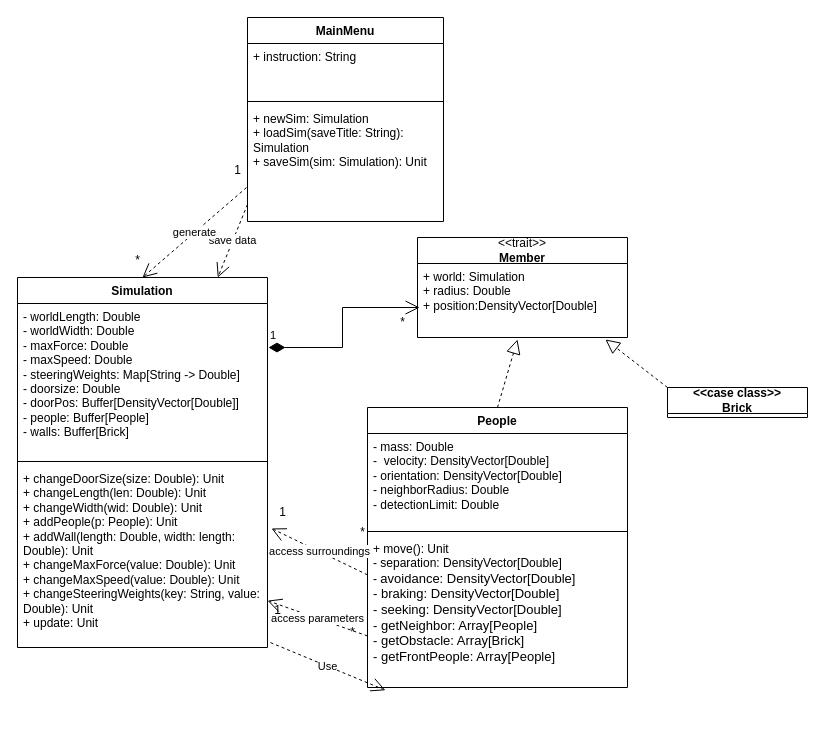
Earlier version of the draw.io diagram stampede.drawio (picadud/StudioA). Source tidied: cells renumbered, new cells numbered last; positions are measured from the earlier drawing's top-left corner, leaving out a move shared by most shapes. Both pictures are drawn from the tidied source at 100%, with x=0, y=0 at pixel (17, 17).
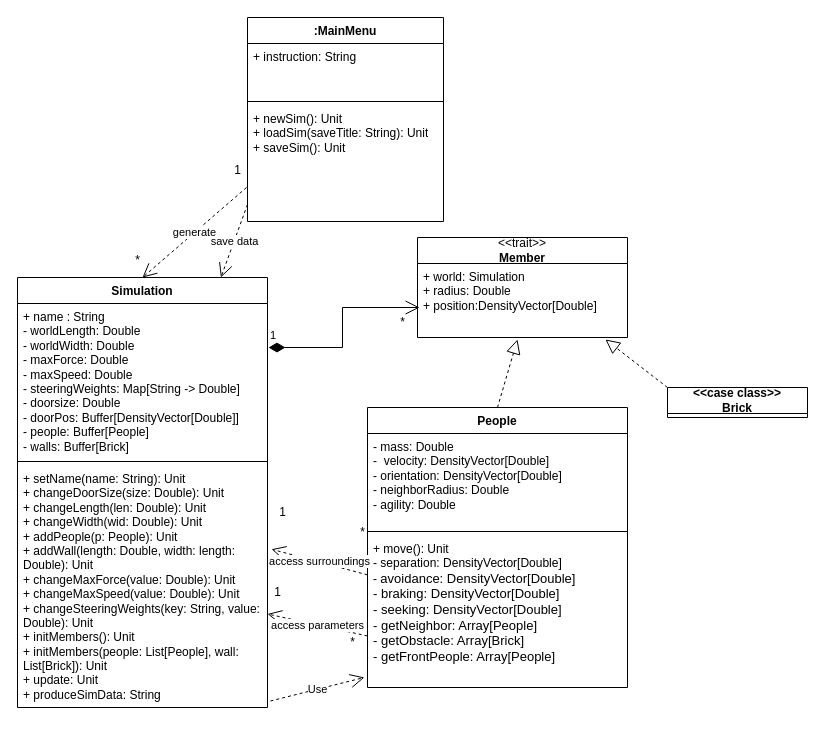
The same page after the edit.

Unchanged cells that the change refers to:
```xml
<mxCell id="10" value="People" style="swimlane;fontStyle=1;align=center;verticalAlign=top;horizontal=1;startSize=26;whiteSpace=wrap;html=1;" parent="1" vertex="1">
  <mxGeometry x="350" y="390" width="260" height="280" as="geometry" />
</mxCell>
<mxCell id="13" value="&lt;div&gt;+ move(): Unit&lt;/div&gt;&lt;div&gt;- separation: DensityVector[Double]&lt;/div&gt;&lt;div&gt;- &lt;font size=&quot;2&quot;&gt;avoidance: DensityVector[Double]&lt;/font&gt;&lt;/div&gt;&lt;div&gt;&lt;font size=&quot;2&quot;&gt;- braking: &lt;/font&gt;&lt;font size=&quot;2&quot;&gt;DensityVector[Double]&lt;/font&gt;&lt;/div&gt;&lt;div&gt;&lt;font size=&quot;2&quot;&gt;- seeking: DensityVector[Double]&lt;/font&gt;&lt;/div&gt;&lt;div&gt;&lt;font size=&quot;2&quot;&gt;- getNeighbor: Array[People]&lt;/font&gt;&lt;/div&gt;&lt;div&gt;&lt;font size=&quot;2&quot;&gt;- getObstacle: Array[Brick]&lt;/font&gt;&lt;/div&gt;&lt;div&gt;&lt;font size=&quot;2&quot;&gt;- getFrontPeople: Array[People]&lt;br&gt;&lt;/font&gt;&lt;/div&gt;&lt;div&gt;&lt;font size=&quot;2&quot;&gt;&lt;br&gt;&lt;/font&gt;&lt;/div&gt;&lt;div&gt;&lt;font size=&quot;2&quot;&gt;&lt;br&gt;&lt;/font&gt;&lt;/div&gt;&lt;div&gt;&lt;font size=&quot;2&quot;&gt;&lt;br&gt;&lt;/font&gt;&lt;/div&gt;&lt;div&gt;&lt;br&gt;&lt;/div&gt;&lt;div&gt;&lt;br&gt;&lt;/div&gt;" style="text;strokeColor=none;fillColor=none;align=left;verticalAlign=top;spacingLeft=4;spacingRight=4;overflow=hidden;points=[[0,0.5],[1,0.5]];portConstraint=eastwest;whiteSpace=wrap;html=1;" parent="10" vertex="1">
  <mxGeometry y="128" width="260" height="152" as="geometry" />
</mxCell>
```

Change to the diagram source:
```diff
@@
-    <mxCell id="2" value="MainMenu" style="swimlane;fontStyle=1;align=center;verticalAlign=top;horizontal=1;startSize=26;whiteSpace=wrap;html=1;" parent="1" vertex="1">
+    <mxCell id="2" value=":MainMenu" style="swimlane;fontStyle=1;align=center;verticalAlign=top;horizontal=1;startSize=26;whiteSpace=wrap;html=1;" parent="1" vertex="1">
       <mxGeometry x="230" width="196" height="204" as="geometry" />
     </mxCell>
-    <mxCell id="3" value="&lt;div&gt;+ instruction: String&lt;br&gt;&lt;/div&gt;" style="text;strokeColor=none;fillColor=none;align=left;verticalAlign=top;spacingLeft=4;spacingRight=4;overflow=hidden;whiteSpace=wrap;html=1;" parent="2" vertex="1">
+    <mxCell id="3" value="&lt;div&gt;+ instruction: String&lt;/div&gt;&lt;div&gt;&lt;br&gt;&lt;/div&gt;" style="text;strokeColor=none;fillColor=none;align=left;verticalAlign=top;spacingLeft=4;spacingRight=4;overflow=hidden;whiteSpace=wrap;html=1;" parent="2" vertex="1">
       <mxGeometry y="26" width="196" height="54" as="geometry" />
     </mxCell>
@@
-    <mxCell id="5" value="&lt;div&gt;+ newSim: Simulation&lt;/div&gt;&lt;div&gt;+ loadSim(saveTitle: String): Simulation&lt;br&gt;&lt;/div&gt;&lt;div&gt;+ saveSim(sim: Simulation): Unit&lt;br&gt;&lt;/div&gt;" style="text;strokeColor=none;fillColor=none;align=left;verticalAlign=top;spacingLeft=4;spacingRight=4;overflow=hidden;points=[[0,0.5],[1,0.5]];portConstraint=eastwest;whiteSpace=wrap;html=1;" parent="2" vertex="1">
+    <mxCell id="5" value="&lt;div&gt;+ newSim(): Unit&lt;/div&gt;&lt;div&gt;+ loadSim(saveTitle: String): Unit&lt;br&gt;&lt;/div&gt;&lt;div&gt;+ saveSim(): Unit&lt;br&gt;&lt;/div&gt;" style="text;strokeColor=none;fillColor=none;align=left;verticalAlign=top;spacingLeft=4;spacingRight=4;overflow=hidden;points=[[0,0.5],[1,0.5]];portConstraint=eastwest;whiteSpace=wrap;html=1;" parent="2" vertex="1">
       <mxGeometry y="88" width="196" height="116" as="geometry" />
     </mxCell>
     <mxCell id="6" value="Simulation" style="swimlane;fontStyle=1;align=center;verticalAlign=top;horizontal=1;startSize=26;whiteSpace=wrap;html=1;" parent="1" vertex="1">
-      <mxGeometry y="260" width="250" height="370" as="geometry" />
+      <mxGeometry y="260" width="250" height="430" as="geometry" />
     </mxCell>
-    <mxCell id="7" value="&lt;div&gt;- worldLength: Double&lt;/div&gt;&lt;div&gt;- worldWidth: Double&lt;/div&gt;&lt;div&gt;- maxForce: Double&lt;/div&gt;&lt;div&gt;- maxSpeed: Double&lt;/div&gt;&lt;div&gt;- steeringWeights: Map[String -&amp;gt; Double]&lt;br&gt;&lt;/div&gt;&lt;div&gt;- doorsize: Double&lt;/div&gt;&lt;div&gt;- doorPos: Buffer[DensityVector[Double]]&lt;br&gt;&lt;/div&gt;&lt;div&gt;- people: Buffer[People] &lt;br&gt;&lt;/div&gt;&lt;div&gt;- walls: Buffer[Brick]&lt;br&gt;&lt;/div&gt;&lt;div&gt;&lt;br&gt;&lt;/div&gt;" style="text;strokeColor=none;fillColor=none;align=left;verticalAlign=top;spacingLeft=4;spacingRight=4;overflow=hidden;points=[[0,0.5],[1,0.5]];portConstraint=eastwest;whiteSpace=wrap;html=1;" parent="6" vertex="1">
+    <mxCell id="7" value="&lt;div&gt;+ name : String&lt;br&gt;&lt;/div&gt;&lt;div&gt;- worldLength: Double&lt;/div&gt;&lt;div&gt;- worldWidth: Double&lt;/div&gt;&lt;div&gt;- maxForce: Double&lt;/div&gt;&lt;div&gt;- maxSpeed: Double&lt;/div&gt;&lt;div&gt;- steeringWeights: Map[String -&amp;gt; Double]&lt;br&gt;&lt;/div&gt;&lt;div&gt;- doorsize: Double&lt;/div&gt;&lt;div&gt;- doorPos: Buffer[DensityVector[Double]]&lt;br&gt;&lt;/div&gt;&lt;div&gt;- people: Buffer[People] &lt;br&gt;&lt;/div&gt;&lt;div&gt;- walls: Buffer[Brick]&lt;br&gt;&lt;/div&gt;&lt;div&gt;&lt;br&gt;&lt;/div&gt;" style="text;strokeColor=none;fillColor=none;align=left;verticalAlign=top;spacingLeft=4;spacingRight=4;overflow=hidden;points=[[0,0.5],[1,0.5]];portConstraint=eastwest;whiteSpace=wrap;html=1;" parent="6" vertex="1">
       <mxGeometry y="26" width="250" height="154" as="geometry" />
     </mxCell>
@@
-    <mxCell id="9" value="&lt;div&gt;+ changeDoorSize(size: Double): Unit&lt;/div&gt;&lt;div&gt;+ changeLength(len: Double): Unit&lt;/div&gt;&lt;div&gt;+ changeWidth(wid: Double): Unit&lt;/div&gt;&lt;div&gt;+ addPeople(p: People): Unit&lt;/div&gt;&lt;div&gt;+ addWall(length: Double, width: length: Double): Unit&lt;/div&gt;&lt;div&gt;+ changeMaxForce(value: Double): Unit&lt;/div&gt;&lt;div&gt;+ changeMaxSpeed(value: Double): Unit&lt;/div&gt;&lt;div&gt;+ changeSteeringWeights(key: String, value: Double): Unit&lt;br&gt;&lt;/div&gt;&lt;div&gt;+ update: Unit&lt;br&gt;&lt;/div&gt;&lt;div&gt;&lt;br&gt;&lt;/div&gt;" style="text;strokeColor=none;fillColor=none;align=left;verticalAlign=top;spacingLeft=4;spacingRight=4;overflow=hidden;points=[[0,0.5],[1,0.5]];portConstraint=eastwest;whiteSpace=wrap;html=1;" parent="6" vertex="1">
-      <mxGeometry y="188" width="250" height="182" as="geometry" />
+    <mxCell id="9" value="&lt;div&gt;+ setName(name: String): Unit&lt;br&gt;&lt;/div&gt;&lt;div&gt;+ changeDoorSize(size: Double): Unit&lt;/div&gt;&lt;div&gt;+ changeLength(len: Double): Unit&lt;/div&gt;&lt;div&gt;+ changeWidth(wid: Double): Unit&lt;/div&gt;&lt;div&gt;+ addPeople(p: People): Unit&lt;/div&gt;&lt;div&gt;+ addWall(length: Double, width: length: Double): Unit&lt;/div&gt;&lt;div&gt;+ changeMaxForce(value: Double): Unit&lt;/div&gt;&lt;div&gt;+ changeMaxSpeed(value: Double): Unit&lt;/div&gt;&lt;div&gt;+ changeSteeringWeights(key: String, value: Double): Unit&lt;/div&gt;&lt;div&gt;+ initMembers(): Unit&lt;/div&gt;&lt;div&gt;+ initMembers(people: List[People], wall: List[Brick]): Unit&lt;br&gt;&lt;/div&gt;&lt;div&gt;+ update: Unit&lt;/div&gt;&lt;div&gt;+ produceSimData: String&lt;br&gt;&lt;/div&gt;&lt;div&gt;&lt;br&gt;&lt;/div&gt;" style="text;strokeColor=none;fillColor=none;align=left;verticalAlign=top;spacingLeft=4;spacingRight=4;overflow=hidden;points=[[0,0.5],[1,0.5]];portConstraint=eastwest;whiteSpace=wrap;html=1;" parent="6" vertex="1">
+      <mxGeometry y="188" width="250" height="242" as="geometry" />
     </mxCell>
@@
-    <mxCell id="11" value="- mass: Double&lt;br&gt;&lt;div&gt;-&amp;nbsp; velocity: DensityVector[Double]&lt;/div&gt;&lt;div&gt;- orientation: DensityVector[Double]&lt;br&gt;&lt;/div&gt;&lt;div&gt;- neighborRadius: Double&lt;/div&gt;&lt;div&gt;- detectionLimit: Double&lt;/div&gt;&lt;div&gt;&lt;br&gt;&lt;/div&gt;" style="text;strokeColor=none;fillColor=none;align=left;verticalAlign=top;spacingLeft=4;spacingRight=4;overflow=hidden;whiteSpace=wrap;html=1;" parent="10" vertex="1">
+    <mxCell id="11" value="- mass: Double&lt;br&gt;&lt;div&gt;-&amp;nbsp; velocity: DensityVector[Double]&lt;/div&gt;&lt;div&gt;- orientation: DensityVector[Double]&lt;br&gt;&lt;/div&gt;&lt;div&gt;- neighborRadius: Double&lt;/div&gt;&lt;div&gt;- agility: Double&lt;/div&gt;&lt;div&gt;&lt;br&gt;&lt;/div&gt;" style="text;strokeColor=none;fillColor=none;align=left;verticalAlign=top;spacingLeft=4;spacingRight=4;overflow=hidden;whiteSpace=wrap;html=1;" parent="10" vertex="1">
       <mxGeometry y="26" width="260" height="94" as="geometry" />
     </mxCell>
@@
     <mxCell id="26" value="*" style="text;html=1;align=center;verticalAlign=middle;strokeColor=none;fillColor=none;" parent="1" vertex="1">
-      <mxGeometry x="320" y="600" width="30" height="30" as="geometry" />
+      <mxGeometry x="320" y="610" width="30" height="30" as="geometry" />
     </mxCell>
@@
     <mxCell id="28" value="1" style="text;html=1;align=center;verticalAlign=middle;strokeColor=none;fillColor=none;" parent="1" vertex="1">
-      <mxGeometry x="245" y="578" width="30" height="30" as="geometry" />
+      <mxGeometry x="245" y="560" width="30" height="30" as="geometry" />
     </mxCell>
@@
-    <mxCell id="31" value="Use" style="endArrow=open;endSize=12;dashed=1;html=1;rounded=0;exitX=1.012;exitY=0.973;exitDx=0;exitDy=0;exitPerimeter=0;entryX=0.069;entryY=1.018;entryDx=0;entryDy=0;entryPerimeter=0;" parent="1" edge="1" source="9" target="13">
+    <mxCell id="31" value="Use" style="endArrow=open;endSize=12;dashed=1;html=1;rounded=0;exitX=1.012;exitY=0.973;exitDx=0;exitDy=0;exitPerimeter=0;entryX=-0.012;entryY=0.934;entryDx=0;entryDy=0;entryPerimeter=0;" parent="1" edge="1" source="9" target="13">
       <mxGeometry relative="1" as="geometry" />
     </mxCell>
```
